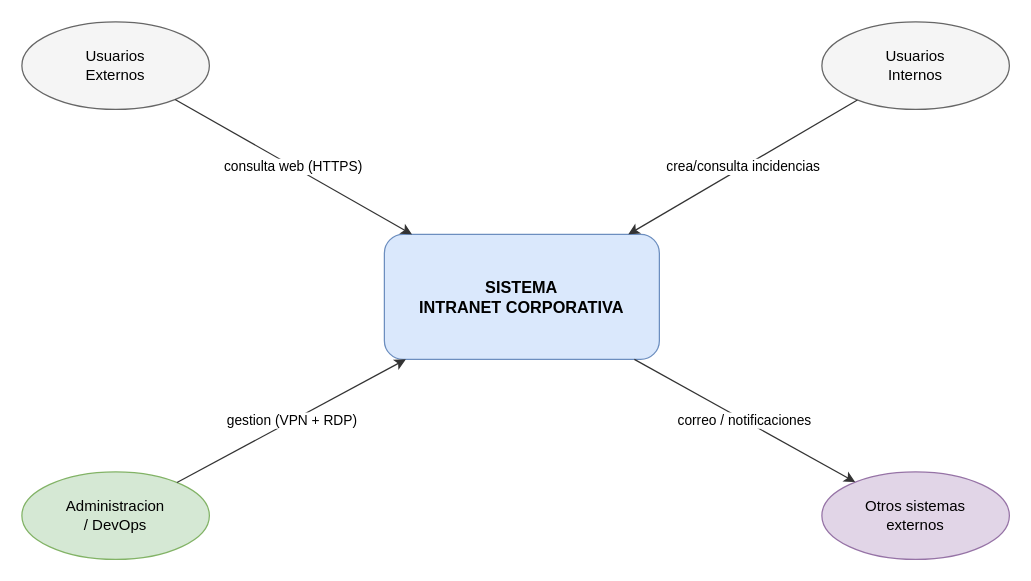
arnaumartinezmorant-lang/PROYECTO keeps this draw.io diagram as desarrollo/red/diagramas/11-1-contexto.drawio. Above is the earlier version. Source tidied: cells renumbered, new cells numbered last; positions are measured from the earlier drawing's top-left corner, leaving out a move shared by most shapes. Both pictures are drawn from the tidied source at 125%, with x=0, y=0 at pixel (21, 21).
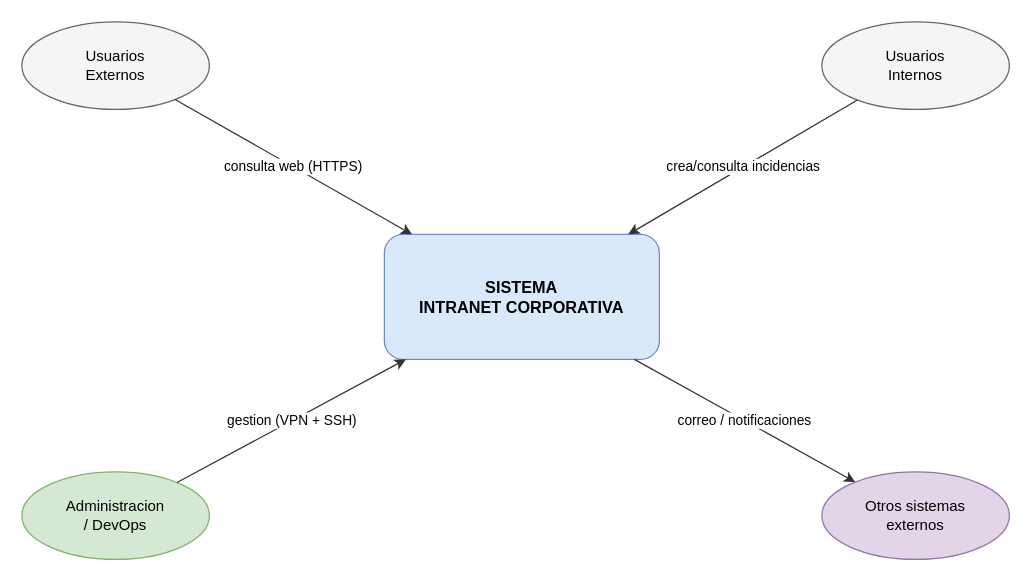
The same diagram, later.

Change to the diagram source:
```diff
@@
 <mxGraphModel>
   <root>
     <mxCell id="0" />
     <mxCell id="1" parent="0" />
     <mxCell id="2" value="SISTEMA&#10;INTRANET CORPORATIVA" style="rounded=1;whiteSpace=wrap;html=1;fillColor=#dae8fc;strokeColor=#6c8ebf;fontSize=13;fontStyle=1;" parent="1" vertex="1">
       <mxGeometry x="290" y="170" width="220" height="100" as="geometry" />
     </mxCell>
     <mxCell id="3" value="Usuarios&#10;Externos" style="ellipse;whiteSpace=wrap;html=1;fillColor=#f5f5f5;strokeColor=#666666;fontSize=12;" parent="1" vertex="1">
       <mxGeometry width="150" height="70" as="geometry" />
     </mxCell>
     <mxCell id="4" value="Usuarios&#10;Internos" style="ellipse;whiteSpace=wrap;html=1;fillColor=#f5f5f5;strokeColor=#666666;fontSize=12;" parent="1" vertex="1">
       <mxGeometry x="640" width="150" height="70" as="geometry" />
     </mxCell>
     <mxCell id="5" value="Administracion&#10;/ DevOps" style="ellipse;whiteSpace=wrap;html=1;fillColor=#d5e8d4;strokeColor=#82b366;fontSize=12;" parent="1" vertex="1">
       <mxGeometry y="360" width="150" height="70" as="geometry" />
     </mxCell>
     <mxCell id="6" value="Otros sistemas&#10;externos" style="ellipse;whiteSpace=wrap;html=1;fillColor=#e1d5e7;strokeColor=#9673a6;fontSize=12;" parent="1" vertex="1">
       <mxGeometry x="640" y="360" width="150" height="70" as="geometry" />
     </mxCell>
     <mxCell id="7" value="consulta web (HTTPS)" style="endArrow=classic;html=1;rounded=0;strokeColor=#333333;fontSize=11;" parent="1" edge="1" source="3" target="2">
       <mxGeometry relative="1" as="geometry" />
     </mxCell>
     <mxCell id="8" value="crea/consulta incidencias" style="endArrow=classic;html=1;rounded=0;strokeColor=#333333;fontSize=11;" parent="1" edge="1" source="4" target="2">
       <mxGeometry relative="1" as="geometry" />
     </mxCell>
-    <mxCell id="9" value="gestion (VPN + RDP)" style="endArrow=classic;html=1;rounded=0;strokeColor=#333333;fontSize=11;" parent="1" edge="1" source="5" target="2">
+    <mxCell id="9" value="gestion (VPN + SSH)" style="endArrow=classic;html=1;rounded=0;strokeColor=#333333;fontSize=11;" parent="1" edge="1" source="5" target="2">
       <mxGeometry relative="1" as="geometry" />
     </mxCell>
     <mxCell id="10" value="correo / notificaciones" style="endArrow=classic;html=1;rounded=0;strokeColor=#333333;fontSize=11;" parent="1" edge="1" source="2" target="6">
       <mxGeometry relative="1" as="geometry" />
     </mxCell>
   </root>
 </mxGraphModel>
```
